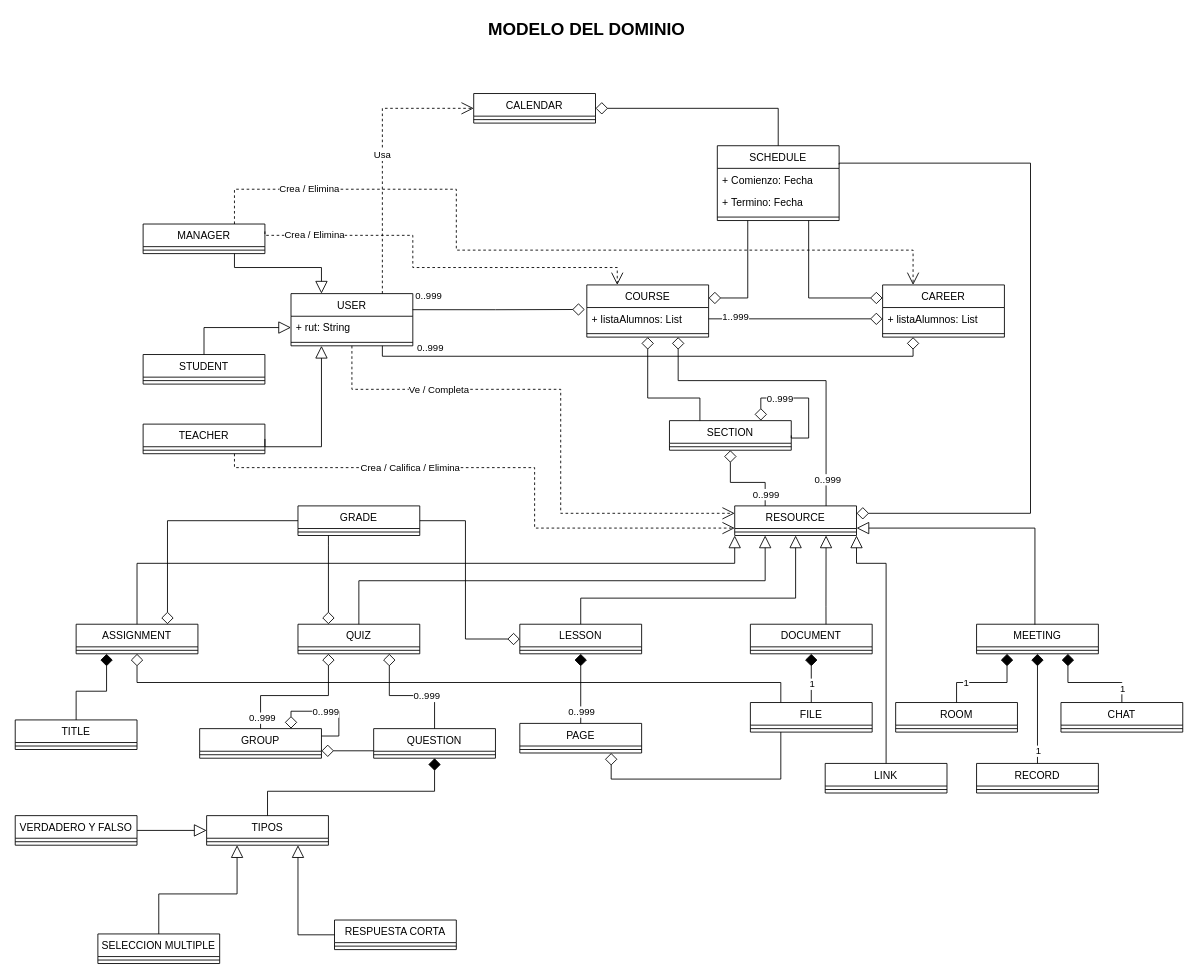
This is page "Modelo" (1 of 4) of AULA INTEGRAL DEL NORTE.drawio from KemosahbeAndres/IntegralDelNorte, a draw.io file, before an edit. Source tidied: cells renumbered, new cells numbered last; positions are measured from the earlier drawing's top-left corner, leaving out a move shared by most shapes. Both pictures are drawn from the tidied source at 87%, with x=0, y=0 at pixel (15, 15).
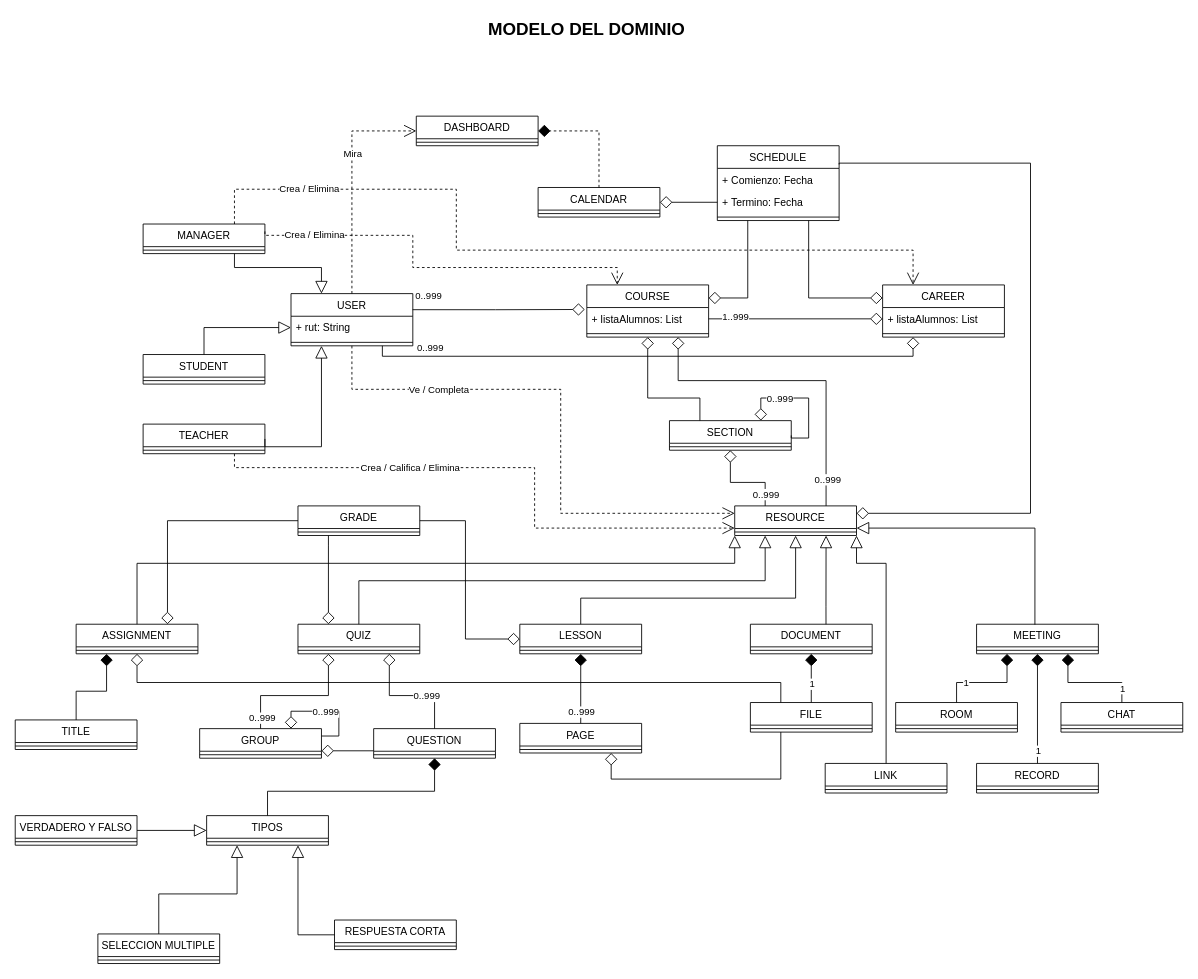
After the change.

The change refers to these unchanged cells:
```xml
<mxCell id="30" value="USER" style="swimlane;fontStyle=0;horizontal=1;startSize=26;fillColor=none;" parent="1" vertex="1">
  <mxGeometry x="317" y="320" width="140" height="60" as="geometry" />
</mxCell>
<mxCell id="57" value="SCHEDULE" style="swimlane;fontStyle=0;horizontal=1;startSize=26;fillColor=none;" parent="1" vertex="1">
  <mxGeometry x="807" y="150" width="140" height="86" as="geometry" />
</mxCell>
<mxCell id="59" value="+ Termino: Fecha" style="text;strokeColor=none;fillColor=none;align=left;verticalAlign=top;spacingLeft=4;spacingRight=4;overflow=hidden;points=[[0,0.5],[1,0.5]];portConstraint=eastwest;" parent="57" vertex="1">
  <mxGeometry y="52" width="140" height="26" as="geometry" />
</mxCell>
```

What changed in the source:
```diff
@@
+    <mxCell id="125" style="edgeStyle=orthogonalEdgeStyle;rounded=0;jettySize=auto;html=1;exitX=0.5;exitY=0;exitDx=0;exitDy=0;entryX=1;entryY=0.5;entryDx=0;entryDy=0;dashed=1;fontSize=11;startArrow=none;startFill=0;endArrow=diamond;endFill=1;endSize=12;" parent="1" edge="1" source="22" target="128">
+      <mxGeometry relative="1" as="geometry" />
+    </mxCell>
     <mxCell id="22" value="CALENDAR" style="swimlane;fontStyle=0;horizontal=1;startSize=26;fillColor=none;" parent="1" vertex="1">
-      <mxGeometry x="527" y="90" width="140" height="34" as="geometry" />
+      <mxGeometry x="601" y="198" width="140" height="34" as="geometry" />
     </mxCell>
@@
+    <mxCell id="126" style="edgeStyle=orthogonalEdgeStyle;rounded=0;jettySize=auto;html=1;exitX=0.5;exitY=0;exitDx=0;exitDy=0;entryX=0;entryY=0.5;entryDx=0;entryDy=0;dashed=1;fontSize=11;startArrow=none;startFill=0;endArrow=open;endFill=0;endSize=12;" parent="1" edge="1" source="30" target="128">
+      <mxGeometry relative="1" as="geometry" />
+    </mxCell>
+    <mxCell id="127" value="Mira" style="edgeLabel;html=1;align=center;verticalAlign=middle;fontSize=11;" parent="126" vertex="1">
+      <mxGeometry x="0.24" relative="1" as="geometry" />
+    </mxCell>
@@
-    <mxCell id="61" value="Usa" style="endArrow=open;endSize=12;dashed=1;html=1;rounded=0;exitX=0.75;exitY=0;exitDx=0;exitDy=0;entryX=0;entryY=0.5;entryDx=0;entryDy=0;edgeStyle=orthogonalEdgeStyle;" parent="1" edge="1" source="30" target="22">
-      <mxGeometry relative="1" as="geometry" />
-    </mxCell>
-    <mxCell id="62" style="endArrow=diamond;html=1;endSize=12;startArrow=none;startSize=6;startFill=0;edgeStyle=orthogonalEdgeStyle;align=left;verticalAlign=bottom;rounded=0;exitX=0.5;exitY=0;exitDx=0;exitDy=0;entryX=1;entryY=0.5;entryDx=0;entryDy=0;endFill=0;" parent="1" edge="1" source="57" target="22">
+    <mxCell id="62" style="endArrow=diamond;html=1;endSize=12;startArrow=none;startSize=6;startFill=0;edgeStyle=orthogonalEdgeStyle;align=left;verticalAlign=bottom;rounded=0;exitX=0;exitY=0.5;exitDx=0;exitDy=0;entryX=1;entryY=0.5;entryDx=0;entryDy=0;endFill=0;" parent="1" edge="1" source="59" target="22">
       <mxGeometry x="-1" y="3" relative="1" as="geometry" />
     </mxCell>
@@
+    <mxCell id="128" value="DASHBOARD" style="swimlane;fontStyle=0;horizontal=1;startSize=26;fillColor=none;" parent="1" vertex="1">
+      <mxGeometry x="461" y="116" width="140" height="34" as="geometry" />
+    </mxCell>
+    <mxCell id="129" style="line;strokeWidth=1;fillColor=none;align=left;verticalAlign=middle;spacingTop=-1;spacingLeft=3;spacingRight=3;labelPosition=right;" parent="128" vertex="1">
+      <mxGeometry y="26" width="140" height="8" as="geometry" />
+    </mxCell>
```
